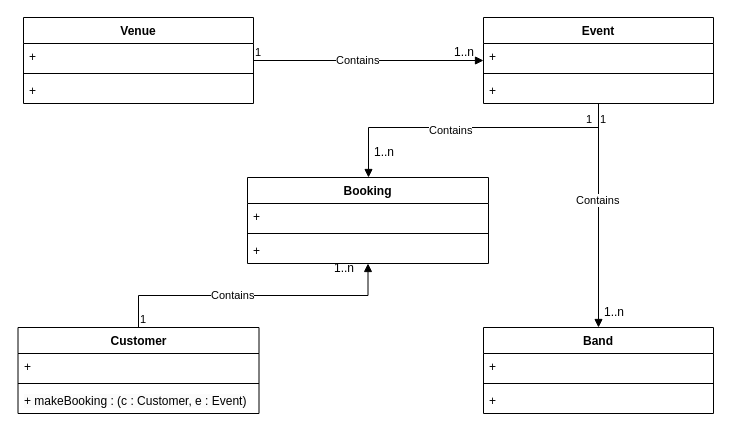
Earlier version of the draw.io diagram ClassDiagram1.drawio (olliegroth/Object-Oriented-Design-And-Development). Source tidied: cells renumbered, new cells numbered last; positions are measured from the earlier drawing's top-left corner, leaving out a move shared by most shapes. Both pictures are drawn from the tidied source at 100%, with x=0, y=0 at pixel (18, 17).
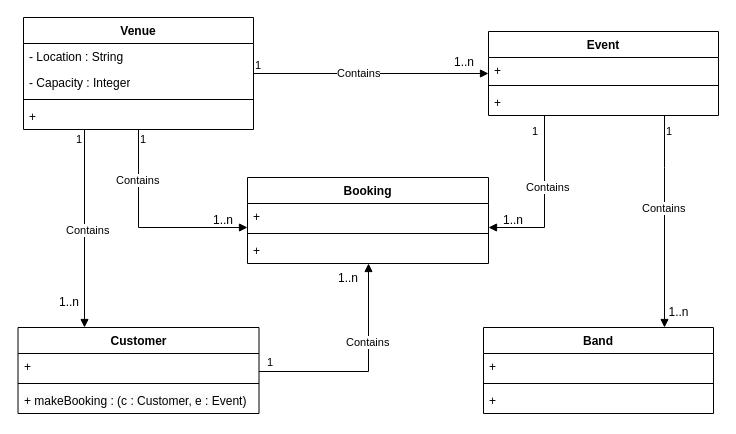
After the change.

Unchanged cells that the change refers to:
```xml
<mxCell id="10" value="Customer" style="swimlane;fontStyle=1;align=center;verticalAlign=top;horizontal=1;startSize=26;whiteSpace=wrap;html=1;" parent="1" vertex="1">
  <mxGeometry x="-0.5" y="310" width="241" height="86" as="geometry" />
</mxCell>
<mxCell id="14" value="Booking" style="swimlane;fontStyle=1;align=center;verticalAlign=top;horizontal=1;startSize=26;whiteSpace=wrap;html=1;" parent="1" vertex="1">
  <mxGeometry x="229" y="160" width="241" height="86" as="geometry" />
</mxCell>
<mxCell id="18" value="Band" style="swimlane;fontStyle=1;align=center;verticalAlign=top;horizontal=1;startSize=26;whiteSpace=wrap;html=1;" parent="1" vertex="1">
  <mxGeometry x="465" y="310" width="230" height="86" as="geometry" />
</mxCell>
```

What changed in the source:
```diff
@@
     <mxCell id="2" value="Venue" style="swimlane;fontStyle=1;align=center;verticalAlign=top;horizontal=1;startSize=26;whiteSpace=wrap;html=1;" parent="1" vertex="1">
-      <mxGeometry x="5" width="230" height="86" as="geometry" />
+      <mxGeometry x="5" width="230" height="112" as="geometry" />
     </mxCell>
-    <mxCell id="3" value="+" style="text;strokeColor=none;fillColor=none;align=left;verticalAlign=top;spacingLeft=4;spacingRight=4;overflow=hidden;whiteSpace=wrap;html=1;" parent="2" vertex="1">
+    <mxCell id="3" value="- Location : String" style="text;strokeColor=none;fillColor=none;align=left;verticalAlign=top;spacingLeft=4;spacingRight=4;overflow=hidden;whiteSpace=wrap;html=1;" parent="2" vertex="1">
       <mxGeometry y="26" width="230" height="26" as="geometry" />
     </mxCell>
+    <mxCell id="34" value="- Capacity : Integer" style="text;strokeColor=none;fillColor=none;align=left;verticalAlign=top;spacingLeft=4;spacingRight=4;overflow=hidden;whiteSpace=wrap;html=1;" parent="2" vertex="1">
+      <mxGeometry y="52" width="230" height="26" as="geometry" />
+    </mxCell>
     <mxCell id="4" style="line;strokeWidth=1;fillColor=none;align=left;verticalAlign=middle;spacingTop=-1;spacingLeft=3;spacingRight=3;labelPosition=right;strokeColor=inherit;" parent="2" vertex="1">
-      <mxGeometry y="52" width="230" height="8" as="geometry" />
+      <mxGeometry y="78" width="230" height="8" as="geometry" />
     </mxCell>
     <mxCell id="5" value="+" style="text;strokeColor=none;fillColor=none;align=left;verticalAlign=top;spacingLeft=4;spacingRight=4;overflow=hidden;whiteSpace=wrap;html=1;" parent="2" vertex="1">
-      <mxGeometry y="60" width="230" height="26" as="geometry" />
+      <mxGeometry y="86" width="230" height="26" as="geometry" />
     </mxCell>
     <mxCell id="6" value="Event" style="swimlane;fontStyle=1;align=center;verticalAlign=top;horizontal=1;startSize=26;whiteSpace=wrap;html=1;" parent="1" vertex="1">
-      <mxGeometry x="465" width="230" height="86" as="geometry" />
+      <mxGeometry x="470" y="14" width="230" height="84" as="geometry" />
     </mxCell>
     <mxCell id="7" value="+" style="text;strokeColor=none;fillColor=none;align=left;verticalAlign=top;spacingLeft=4;spacingRight=4;overflow=hidden;whiteSpace=wrap;html=1;" parent="6" vertex="1">
-      <mxGeometry y="26" width="230" height="26" as="geometry" />
+      <mxGeometry y="26" width="230" height="24" as="geometry" />
     </mxCell>
     <mxCell id="8" style="line;strokeWidth=1;fillColor=none;align=left;verticalAlign=middle;spacingTop=-1;spacingLeft=3;spacingRight=3;labelPosition=right;strokeColor=inherit;" parent="6" vertex="1">
-      <mxGeometry y="52" width="230" height="8" as="geometry" />
+      <mxGeometry y="50" width="230" height="8" as="geometry" />
     </mxCell>
     <mxCell id="9" value="+" style="text;strokeColor=none;fillColor=none;align=left;verticalAlign=top;spacingLeft=4;spacingRight=4;overflow=hidden;whiteSpace=wrap;html=1;" parent="6" vertex="1">
-      <mxGeometry y="60" width="230" height="26" as="geometry" />
+      <mxGeometry y="58" width="230" height="26" as="geometry" />
     </mxCell>
@@
-    <mxCell id="19" value="+" style="text;strokeColor=none;fillColor=none;align=left;verticalAlign=top;spacingLeft=4;spacingRight=4;overflow=hidden;whiteSpace=wrap;html=1;" parent="18" vertex="1">
+    <mxCell id="19" value="+&amp;nbsp;" style="text;strokeColor=none;fillColor=none;align=left;verticalAlign=top;spacingLeft=4;spacingRight=4;overflow=hidden;whiteSpace=wrap;html=1;" parent="18" vertex="1">
       <mxGeometry y="26" width="230" height="26" as="geometry" />
     </mxCell>
@@
     <mxCell id="24" value="1..n" style="text;strokeColor=none;align=center;fillColor=none;html=1;verticalAlign=middle;whiteSpace=wrap;rounded=0;" parent="1" vertex="1">
-      <mxGeometry x="416" y="20" width="60" height="30" as="geometry" />
+      <mxGeometry x="416" y="30" width="60" height="30" as="geometry" />
     </mxCell>
     <mxCell id="25" value="Contains" style="endArrow=block;endFill=1;html=1;edgeStyle=orthogonalEdgeStyle;align=left;verticalAlign=top;rounded=0;" parent="1" edge="1" source="6" target="18">
-      <mxGeometry x="-0.25" y="-24" relative="1" as="geometry" />
+      <mxGeometry x="-0.25" y="-24" relative="1" as="geometry">
+        <Array as="points">
+          <mxPoint x="646" y="150" />
+          <mxPoint x="646" y="150" />
+        </Array>
+      </mxGeometry>
     </mxCell>
@@
     <mxCell id="27" value="1..n" style="text;strokeColor=none;align=center;fillColor=none;html=1;verticalAlign=middle;whiteSpace=wrap;rounded=0;" parent="1" vertex="1">
-      <mxGeometry x="566" y="280" width="60" height="30" as="geometry" />
+      <mxGeometry x="635" y="280" width="51" height="30" as="geometry" />
     </mxCell>
     <mxCell id="28" value="Contains" style="endArrow=block;endFill=1;html=1;edgeStyle=orthogonalEdgeStyle;align=left;verticalAlign=top;rounded=0;" parent="1" edge="1" source="6" target="14">
-      <mxGeometry x="0.28" y="-10" relative="1" as="geometry">
+      <mxGeometry x="-0.3" y="-20" relative="1" as="geometry">
         <Array as="points">
-          <mxPoint x="580" y="110" />
-          <mxPoint x="350" y="110" />
+          <mxPoint x="526" y="210" />
         </Array>
       </mxGeometry>
     </mxCell>
@@
     <mxCell id="30" value="1..n" style="text;strokeColor=none;align=center;fillColor=none;html=1;verticalAlign=middle;whiteSpace=wrap;rounded=0;" parent="1" vertex="1">
-      <mxGeometry x="336" y="120" width="60" height="30" as="geometry" />
+      <mxGeometry x="470" y="188" width="50" height="30" as="geometry" />
     </mxCell>
-    <mxCell id="31" value="Contains" style="endArrow=block;endFill=1;html=1;edgeStyle=orthogonalEdgeStyle;align=left;verticalAlign=top;rounded=0;exitX=0.5;exitY=0;exitDx=0;exitDy=0;" parent="1" edge="1" source="10" target="14">
-      <mxGeometry x="-0.3" y="13" relative="1" as="geometry" />
+    <mxCell id="31" value="Contains" style="endArrow=block;endFill=1;html=1;edgeStyle=orthogonalEdgeStyle;align=left;verticalAlign=top;rounded=0;" parent="1" edge="1" source="10" target="14">
+      <mxGeometry x="0.41" y="24" relative="1" as="geometry">
+        <Array as="points">
+          <mxPoint x="350" y="354" />
+        </Array>
+        <mxPoint y="1" as="offset" />
+      </mxGeometry>
     </mxCell>
     <mxCell id="32" value="1" style="edgeLabel;html=1;align=left;verticalAlign=bottom;" parent="31" vertex="1">
-      <mxGeometry x="-1" relative="1" as="geometry" />
+      <mxGeometry x="-1" relative="1" as="geometry">
+        <mxPoint x="6" y="-1" as="offset" />
+      </mxGeometry>
     </mxCell>
     <mxCell id="33" value="1..n" style="text;strokeColor=none;align=center;fillColor=none;html=1;verticalAlign=middle;whiteSpace=wrap;rounded=0;" parent="1" vertex="1">
-      <mxGeometry x="296" y="236" width="60" height="30" as="geometry" />
+      <mxGeometry x="310" y="246" width="40" height="30" as="geometry" />
     </mxCell>
+    <mxCell id="35" value="Contains" style="endArrow=block;endFill=1;html=1;edgeStyle=orthogonalEdgeStyle;align=left;verticalAlign=top;rounded=0;" parent="1" edge="1" source="2" target="14">
+      <mxGeometry x="-0.63" y="-24" relative="1" as="geometry">
+        <Array as="points">
+          <mxPoint x="120" y="210" />
+        </Array>
+      </mxGeometry>
+    </mxCell>
+    <mxCell id="36" value="1" style="edgeLabel;html=1;align=left;verticalAlign=bottom;" parent="35" vertex="1">
+      <mxGeometry x="-1" relative="1" as="geometry">
+        <mxPoint y="18" as="offset" />
+      </mxGeometry>
+    </mxCell>
+    <mxCell id="37" value="1..n" style="text;strokeColor=none;align=center;fillColor=none;html=1;verticalAlign=middle;whiteSpace=wrap;rounded=0;" parent="1" vertex="1">
+      <mxGeometry x="175" y="188" width="60" height="30" as="geometry" />
+    </mxCell>
+    <mxCell id="38" value="Contains" style="endArrow=block;endFill=1;html=1;edgeStyle=orthogonalEdgeStyle;align=left;verticalAlign=top;rounded=0;" parent="1" edge="1" source="2" target="10">
+      <mxGeometry x="-0.11" y="-20" relative="1" as="geometry">
+        <Array as="points">
+          <mxPoint x="66" y="210" />
+          <mxPoint x="66" y="210" />
+        </Array>
+      </mxGeometry>
+    </mxCell>
+    <mxCell id="39" value="1" style="edgeLabel;html=1;align=left;verticalAlign=bottom;" parent="38" vertex="1">
+      <mxGeometry x="-1" relative="1" as="geometry">
+        <mxPoint x="-10" y="18" as="offset" />
+      </mxGeometry>
+    </mxCell>
+    <mxCell id="40" value="1..n" style="text;strokeColor=none;align=center;fillColor=none;html=1;verticalAlign=middle;whiteSpace=wrap;rounded=0;" parent="1" vertex="1">
+      <mxGeometry x="36" y="270" width="30" height="30" as="geometry" />
+    </mxCell>
```
